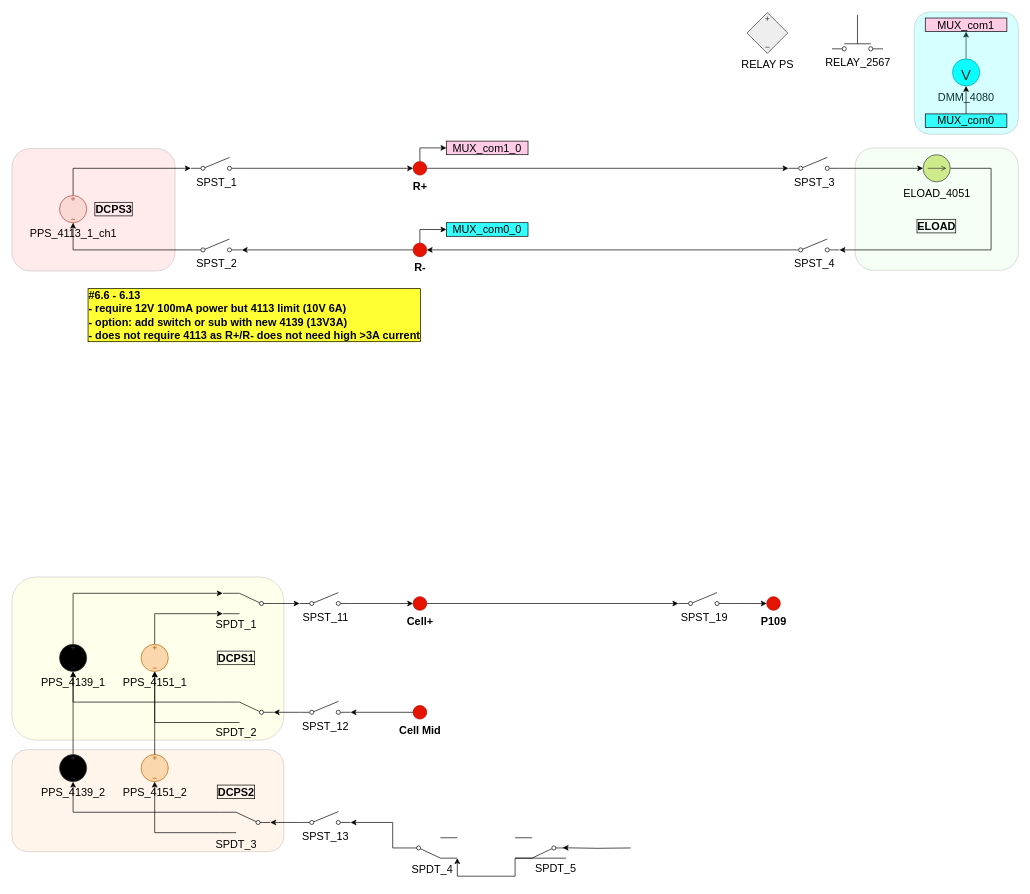
The draw.io diagram BMS_device_B_6p6.drawio in ktlim-xy/draw-io, before the edit. Source tidied: cells renumbered, new cells numbered last; positions are measured from the earlier drawing's top-left corner, leaving out a move shared by most shapes. Both pictures are drawn from the tidied source at 68%, with x=0, y=0 at pixel (12, 12).
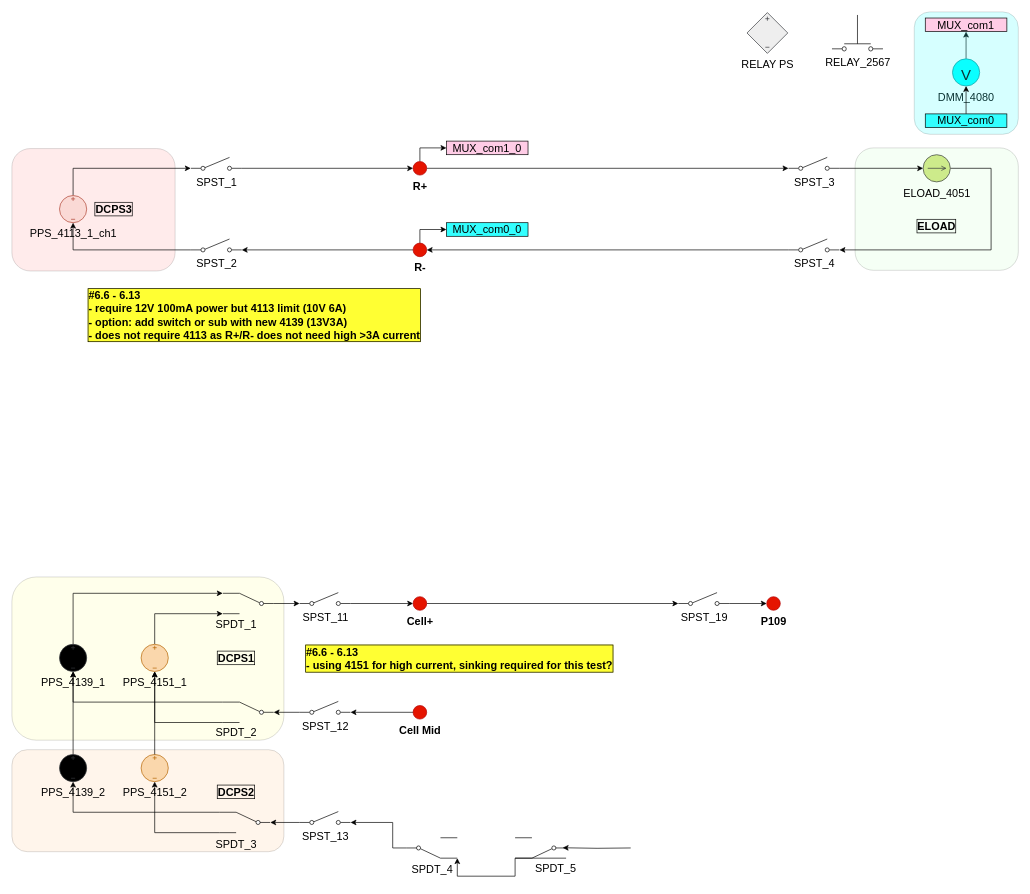
The same diagram, later.

Change to the diagram source:
```diff
@@
+    <mxCell id="78" value="#6.6 - 6.13&amp;nbsp;&lt;div&gt;- using 4151 for high current, sinking required for this test?&lt;/div&gt;" style="text;html=1;whiteSpace=wrap;strokeColor=none;fillColor=none;align=left;verticalAlign=middle;rounded=0;fontStyle=1;fontColor=#000000;fontSize=16;labelBorderColor=default;labelBackgroundColor=#FFFF33;" parent="1" vertex="1">
+      <mxGeometry x="430" y="936" width="500" height="30" as="geometry" />
+    </mxCell>
```
